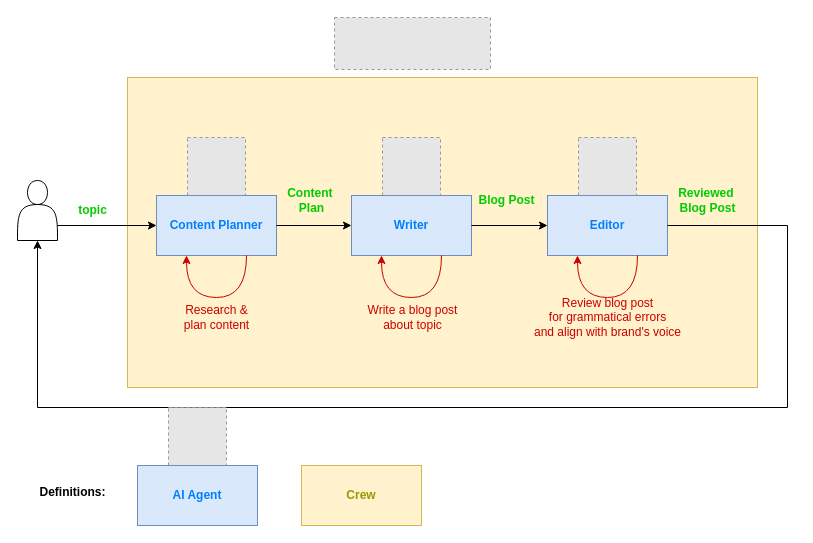
Before: pics/diagrams/ai-agents.drawio in ocriado91/crewai-basic-examples, a draw.io diagram. Source tidied: cells renumbered, new cells numbered last; positions are measured from the earlier drawing's top-left corner, leaving out a move shared by most shapes. Both pictures are drawn from the tidied source at 100%, with x=0, y=0 at pixel (17, 17). Pictures stored in the file or linked from it are replaced by grey dashed boxes.
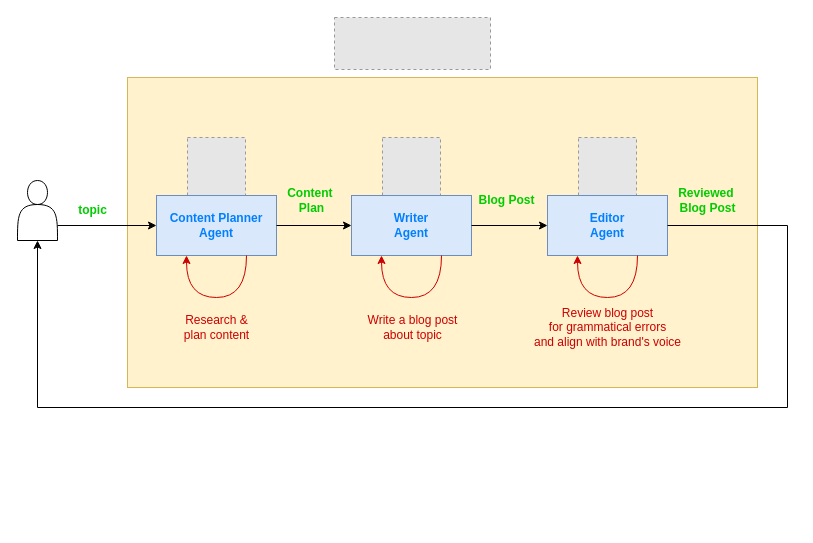
The same page after the edit.

Unchanged cells that the change refers to:
```xml
<mxCell id="5" style="group;" parent="1" vertex="1">
  <mxGeometry x="139" y="120" width="120" height="118" as="geometry" />
</mxCell>
<mxCell id="9" style="group;" parent="1" vertex="1">
  <mxGeometry x="334" y="120" width="120" height="118" as="geometry" />
</mxCell>
<mxCell id="13" style="group;" parent="1" vertex="1">
  <mxGeometry x="530" y="120" width="120" height="118" as="geometry" />
</mxCell>
```

Change to the diagram source:
```diff
@@
-    <mxCell id="7" value="&lt;font style=&quot;color: rgb(0, 127, 255);&quot;&gt;&lt;b style=&quot;&quot;&gt;Content Planner&lt;/b&gt;&lt;/font&gt;" style="rounded=0;whiteSpace=wrap;html=1;fillColor=#dae8fc;strokeColor=#6c8ebf;" parent="5" vertex="1">
+    <mxCell id="7" value="&lt;font style=&quot;color: rgb(0, 127, 255);&quot;&gt;&lt;b style=&quot;&quot;&gt;Content Planner&lt;/b&gt;&lt;/font&gt;&lt;div&gt;&lt;font style=&quot;color: rgb(0, 127, 255);&quot;&gt;&lt;b style=&quot;&quot;&gt;Agent&lt;/b&gt;&lt;/font&gt;&lt;/div&gt;" style="rounded=0;whiteSpace=wrap;html=1;fillColor=#dae8fc;strokeColor=#6c8ebf;" parent="5" vertex="1">
       <mxGeometry y="58" width="120" height="60" as="geometry" />
     </mxCell>
@@
-    <mxCell id="11" value="&lt;font style=&quot;color: rgb(0, 127, 255);&quot;&gt;&lt;b&gt;Writer&lt;/b&gt;&lt;/font&gt;" style="rounded=0;whiteSpace=wrap;html=1;fillColor=#dae8fc;strokeColor=#6c8ebf;" parent="9" vertex="1">
+    <mxCell id="11" value="&lt;font style=&quot;color: rgb(0, 127, 255);&quot;&gt;&lt;b&gt;Writer&lt;/b&gt;&lt;/font&gt;&lt;div&gt;&lt;font style=&quot;color: rgb(0, 127, 255);&quot;&gt;&lt;b&gt;Agent&lt;/b&gt;&lt;/font&gt;&lt;/div&gt;" style="rounded=0;whiteSpace=wrap;html=1;fillColor=#dae8fc;strokeColor=#6c8ebf;" parent="9" vertex="1">
       <mxGeometry y="58" width="120" height="60" as="geometry" />
     </mxCell>
@@
-    <mxCell id="15" value="&lt;b&gt;&lt;font style=&quot;color: rgb(0, 127, 255);&quot;&gt;Editor&lt;/font&gt;&lt;/b&gt;" style="rounded=0;whiteSpace=wrap;html=1;fillColor=#dae8fc;strokeColor=#6c8ebf;" parent="13" vertex="1">
+    <mxCell id="15" value="&lt;b&gt;&lt;font style=&quot;color: rgb(0, 127, 255);&quot;&gt;Editor&lt;/font&gt;&lt;/b&gt;&lt;div&gt;&lt;b&gt;&lt;font style=&quot;color: rgb(0, 127, 255);&quot;&gt;Agent&lt;/font&gt;&lt;/b&gt;&lt;/div&gt;" style="rounded=0;whiteSpace=wrap;html=1;fillColor=#dae8fc;strokeColor=#6c8ebf;" parent="13" vertex="1">
       <mxGeometry y="58" width="120" height="60" as="geometry" />
     </mxCell>
@@
     <mxCell id="20" value="Research &amp;amp;&lt;div&gt;plan content&lt;/div&gt;" style="text;html=1;align=center;verticalAlign=middle;strokeColor=none;fillColor=none;fontColor=#CC0000;fontStyle=0;" parent="1" vertex="1">
-      <mxGeometry x="154" y="280" width="90" height="40" as="geometry" />
+      <mxGeometry x="154" y="290" width="90" height="40" as="geometry" />
     </mxCell>
     <mxCell id="21" value="Write a blog post&lt;div&gt;about topic&lt;/div&gt;" style="text;html=1;align=center;verticalAlign=middle;strokeColor=none;fillColor=none;fontColor=#CC0000;fontStyle=0;" parent="1" vertex="1">
-      <mxGeometry x="340" y="280" width="110" height="40" as="geometry" />
+      <mxGeometry x="340" y="290" width="110" height="40" as="geometry" />
     </mxCell>
     <mxCell id="22" value="Review blog post&lt;div&gt;for grammatical errors&lt;/div&gt;&lt;div&gt;and align with brand's voice&lt;/div&gt;" style="text;html=1;align=center;verticalAlign=middle;strokeColor=none;fillColor=none;fontColor=#CC0000;fontStyle=0;" parent="1" vertex="1">
-      <mxGeometry x="505" y="270" width="170" height="60" as="geometry" />
+      <mxGeometry x="505" y="280" width="170" height="60" as="geometry" />
     </mxCell>
@@
-    <mxCell id="28" value="&lt;font style=&quot;color: rgb(153, 153, 0);&quot;&gt;&lt;b style=&quot;&quot;&gt;Crew&lt;/b&gt;&lt;/font&gt;" style="rounded=0;whiteSpace=wrap;html=1;fillColor=#fff2cc;strokeColor=#d6b656;" parent="1" vertex="1">
-      <mxGeometry x="284" y="448" width="120" height="60" as="geometry" />
-    </mxCell>
-    <mxCell id="29" value="&lt;b&gt;Definitions:&lt;/b&gt;" style="text;html=1;align=center;verticalAlign=middle;strokeColor=none;fillColor=none;" parent="1" vertex="1">
-      <mxGeometry x="10" y="460" width="90" height="30" as="geometry" />
-    </mxCell>
-    <mxCell id="30" style="group;" parent="1" vertex="1">
-      <mxGeometry x="120" y="390" width="120" height="118" as="geometry" />
-    </mxCell>
-    <mxCell id="31" style="fillColor=#E6E6E6;strokeColor=#999999;dashed=1;html=1;verticalAlign=top;verticalLabelPosition=bottom;labelBackgroundColor=#ffffff;" parent="30" vertex="1">
-      <mxGeometry x="31" width="58" height="58" as="geometry" />
-    </mxCell>
-    <mxCell id="32" value="&lt;font style=&quot;color: rgb(0, 127, 255);&quot;&gt;&lt;b style=&quot;&quot;&gt;AI Agent&lt;/b&gt;&lt;/font&gt;" style="rounded=0;whiteSpace=wrap;html=1;fillColor=#dae8fc;strokeColor=#6c8ebf;" parent="30" vertex="1">
-      <mxGeometry y="58" width="120" height="60" as="geometry" />
-    </mxCell>
```
